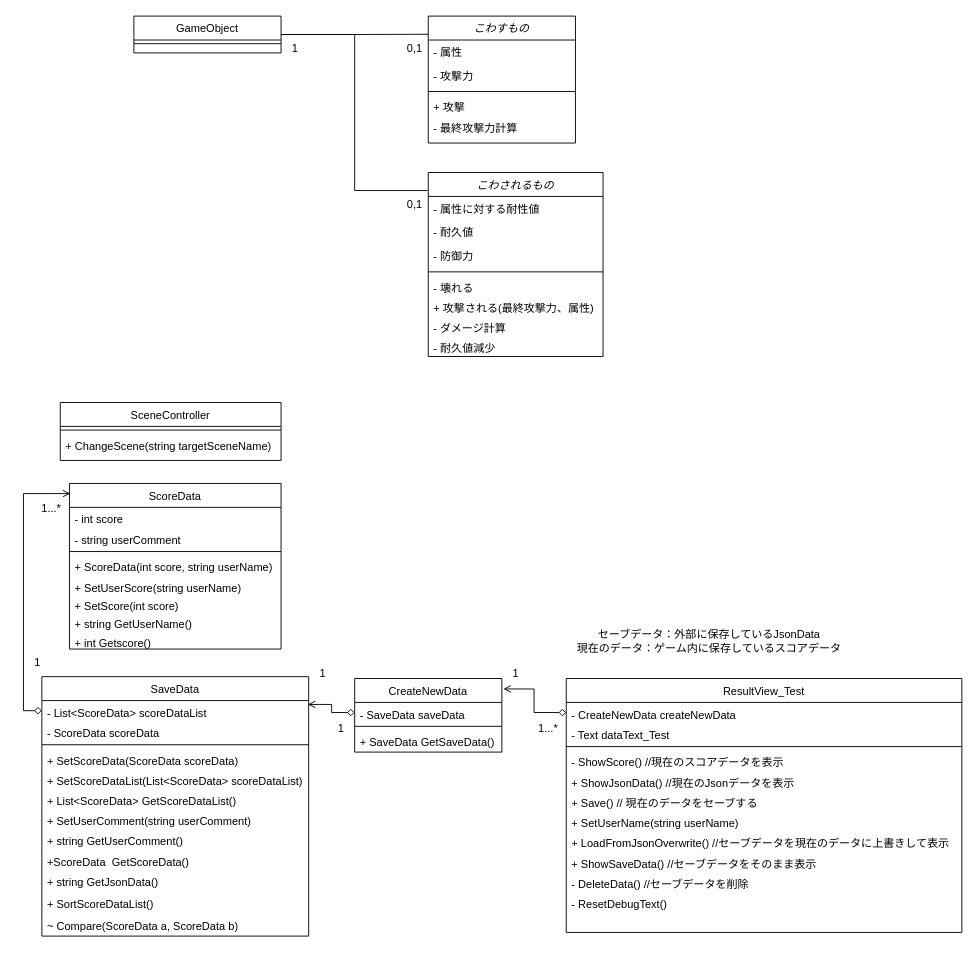
This is page "MainScene" (1 of 3) of ClassDiagram/aramakifes2024.drawio from sobabouro/heyakowashi-game, a draw.io file, before an edit. Source tidied: cells renumbered, new cells numbered last; positions are measured from the earlier drawing's top-left corner, leaving out a move shared by most shapes. Both pictures are drawn from the tidied source at 92%, with x=0, y=0 at pixel (23, 16).
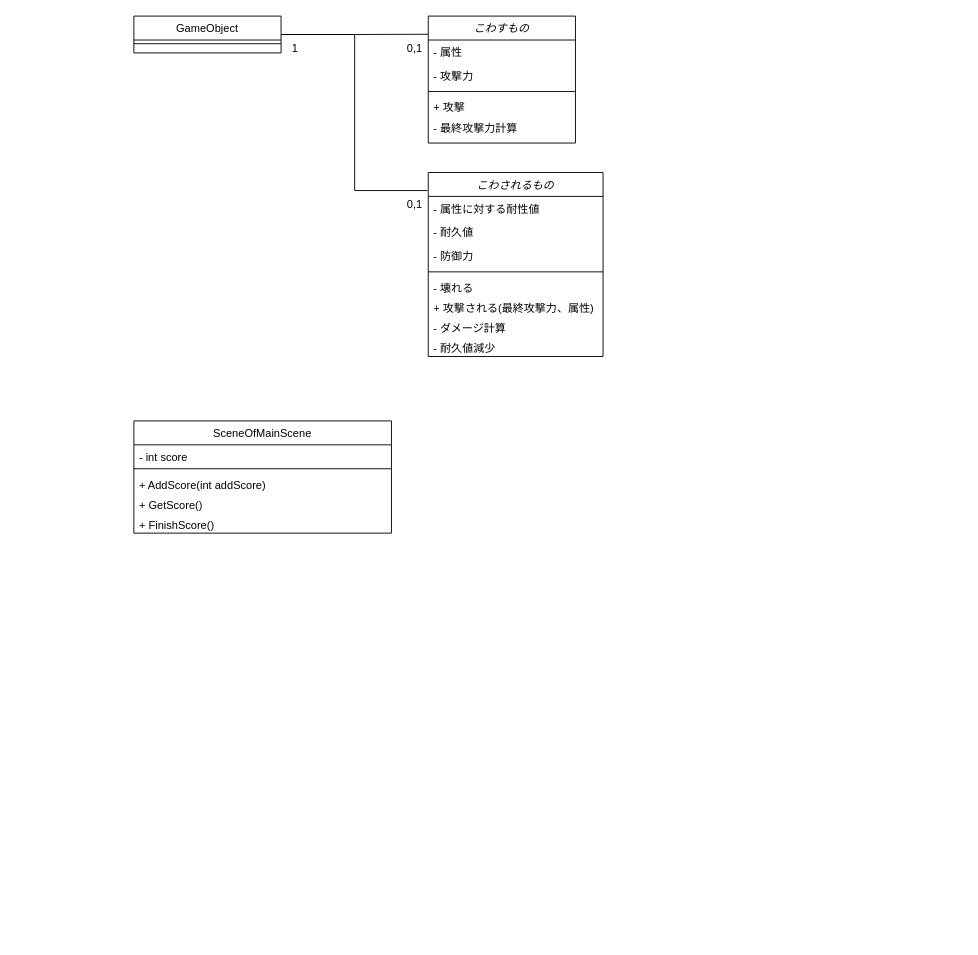
After the change.

Change to the diagram source:
```diff
@@
-    <mxCell id="17" value="SceneController" style="swimlane;fontStyle=0;align=center;verticalAlign=top;horizontal=1;startSize=26;rounded=0;shadow=0;strokeWidth=1;" parent="1" vertex="1">
-      <mxGeometry x="40" y="420" width="240" height="63" as="geometry" />
-    </mxCell>
-    <mxCell id="18" style="line;html=1;strokeWidth=1;align=left;verticalAlign=middle;spacingTop=-1;spacingLeft=3;spacingRight=3;labelPosition=right;" parent="17" vertex="1">
-      <mxGeometry y="26" width="240" height="8" as="geometry" />
-    </mxCell>
-    <mxCell id="19" value="+ ChangeScene(string targetSceneName)" style="text;align=left;verticalAlign=top;spacingLeft=4;spacingRight=4;overflow=hidden;" parent="17" vertex="1">
-      <mxGeometry y="34" width="240" height="22" as="geometry" />
-    </mxCell>
-    <mxCell id="20" value="SaveData" style="swimlane;fontStyle=0;align=center;verticalAlign=top;horizontal=1;startSize=26;rounded=0;shadow=0;strokeWidth=1;" parent="1" vertex="1">
-      <mxGeometry x="20" y="718" width="290" height="282" as="geometry" />
-    </mxCell>
-    <mxCell id="21" value="- List&lt;ScoreData&gt; scoreDataList" style="text;align=left;verticalAlign=top;spacingLeft=4;spacingRight=4;overflow=hidden;points=[[0,0.5],[1,0.5]];portConstraint=eastwest;" parent="20" vertex="1">
-      <mxGeometry y="26" width="290" height="22" as="geometry" />
-    </mxCell>
-    <mxCell id="22" value="- ScoreData scoreData" style="text;align=left;verticalAlign=top;spacingLeft=4;spacingRight=4;overflow=hidden;" parent="20" vertex="1">
-      <mxGeometry y="48" width="290" height="22" as="geometry" />
-    </mxCell>
-    <mxCell id="23" style="line;html=1;strokeWidth=1;align=left;verticalAlign=middle;spacingTop=-1;spacingLeft=3;spacingRight=3;labelPosition=right;" parent="20" vertex="1">
-      <mxGeometry y="70" width="290" height="8" as="geometry" />
-    </mxCell>
-    <mxCell id="24" value="+ SetScoreData(ScoreData scoreData)" style="text;align=left;verticalAlign=top;spacingLeft=4;spacingRight=4;overflow=hidden;" parent="20" vertex="1">
-      <mxGeometry y="78" width="290" height="22" as="geometry" />
-    </mxCell>
-    <mxCell id="25" value="+ SetScoreDataList(List&lt;ScoreData&gt; scoreDataList)" style="text;align=left;verticalAlign=top;spacingLeft=4;spacingRight=4;overflow=hidden;" parent="20" vertex="1">
-      <mxGeometry y="100" width="290" height="22" as="geometry" />
-    </mxCell>
-    <mxCell id="26" value="+ List&lt;ScoreData&gt; GetScoreDataList()" style="text;align=left;verticalAlign=top;spacingLeft=4;spacingRight=4;overflow=hidden;" parent="20" vertex="1">
-      <mxGeometry y="122" width="290" height="22" as="geometry" />
-    </mxCell>
-    <mxCell id="27" value="+ SetUserComment(string userComment)" style="text;align=left;verticalAlign=top;spacingLeft=4;spacingRight=4;overflow=hidden;" parent="20" vertex="1">
-      <mxGeometry y="144" width="290" height="22" as="geometry" />
-    </mxCell>
-    <mxCell id="28" value="+ string GetUserComment()" style="text;align=left;verticalAlign=top;spacingLeft=4;spacingRight=4;overflow=hidden;" parent="20" vertex="1">
-      <mxGeometry y="166" width="290" height="22" as="geometry" />
-    </mxCell>
-    <mxCell id="29" value="+ScoreData  GetScoreData()" style="text;align=left;verticalAlign=top;spacingLeft=4;spacingRight=4;overflow=hidden;" parent="20" vertex="1">
-      <mxGeometry y="188" width="290" height="22" as="geometry" />
-    </mxCell>
-    <mxCell id="30" value="+ string GetJsonData()" style="text;align=left;verticalAlign=top;spacingLeft=4;spacingRight=4;overflow=hidden;" parent="20" vertex="1">
-      <mxGeometry y="210" width="290" height="24" as="geometry" />
-    </mxCell>
-    <mxCell id="31" value="+ SortScoreDataList()" style="text;align=left;verticalAlign=top;spacingLeft=4;spacingRight=4;overflow=hidden;" parent="20" vertex="1">
-      <mxGeometry y="234" width="290" height="24" as="geometry" />
-    </mxCell>
-    <mxCell id="32" value="~ Compare(ScoreData a, ScoreData b)" style="text;align=left;verticalAlign=top;spacingLeft=4;spacingRight=4;overflow=hidden;" parent="20" vertex="1">
-      <mxGeometry y="258" width="290" height="24" as="geometry" />
-    </mxCell>
@@
-    <mxCell id="40" value="CreateNewData" style="swimlane;fontStyle=0;align=center;verticalAlign=top;horizontal=1;startSize=26;rounded=0;shadow=0;strokeWidth=1;" parent="1" vertex="1">
-      <mxGeometry x="360" y="720" width="160" height="80" as="geometry" />
-    </mxCell>
-    <mxCell id="41" value="- SaveData saveData" style="text;align=left;verticalAlign=top;spacingLeft=4;spacingRight=4;overflow=hidden;points=[[0,0.5],[1,0.5]];portConstraint=eastwest;" parent="40" vertex="1">
-      <mxGeometry y="26" width="160" height="22" as="geometry" />
-    </mxCell>
-    <mxCell id="42" style="line;html=1;strokeWidth=1;align=left;verticalAlign=middle;spacingTop=-1;spacingLeft=3;spacingRight=3;labelPosition=right;" parent="40" vertex="1">
-      <mxGeometry y="48" width="160" height="8" as="geometry" />
-    </mxCell>
-    <mxCell id="43" value="+ SaveData GetSaveData()" style="text;align=left;verticalAlign=top;spacingLeft=4;spacingRight=4;overflow=hidden;" parent="40" vertex="1">
-      <mxGeometry y="56" width="160" height="22" as="geometry" />
-    </mxCell>
-    <mxCell id="44" style="edgeStyle=orthogonalEdgeStyle;rounded=0;jettySize=auto;html=1;entryX=0.997;entryY=0.107;entryDx=0;entryDy=0;entryPerimeter=0;endArrow=open;endFill=0;startArrow=diamond;startFill=0;exitX=0;exitY=0.5;exitDx=0;exitDy=0;" parent="1" edge="1" source="41" target="20">
-      <mxGeometry relative="1" as="geometry" />
-    </mxCell>
-    <mxCell id="45" value="ScoreData" style="swimlane;fontStyle=0;align=center;verticalAlign=top;horizontal=1;startSize=26;rounded=0;shadow=0;strokeWidth=1;" parent="1" vertex="1">
-      <mxGeometry x="50" y="508" width="230" height="180" as="geometry" />
-    </mxCell>
+    <mxCell id="75" value="SceneOfMainScene" style="swimlane;fontStyle=0;align=center;verticalAlign=top;horizontal=1;startSize=26;rounded=0;shadow=0;strokeWidth=1;" parent="1" vertex="1">
+      <mxGeometry x="120" y="440" width="280" height="122" as="geometry" />
+    </mxCell>
-    <mxCell id="46" value="- int score" style="text;align=left;verticalAlign=top;spacingLeft=4;spacingRight=4;overflow=hidden;" parent="45" vertex="1">
-      <mxGeometry y="26" width="230" height="22" as="geometry" />
+    <mxCell id="46" value="- int score" style="text;align=left;verticalAlign=top;spacingLeft=4;spacingRight=4;overflow=hidden;" parent="75" vertex="1">
+      <mxGeometry y="26" width="280" height="22" as="geometry" />
     </mxCell>
-    <mxCell id="47" value="- string userComment" style="text;align=left;verticalAlign=top;spacingLeft=4;spacingRight=4;overflow=hidden;" parent="45" vertex="1">
-      <mxGeometry y="48" width="230" height="22" as="geometry" />
-    </mxCell>
-    <mxCell id="48" style="line;html=1;strokeWidth=1;align=left;verticalAlign=middle;spacingTop=-1;spacingLeft=3;spacingRight=3;labelPosition=right;" parent="45" vertex="1">
-      <mxGeometry y="70" width="230" height="8" as="geometry" />
-    </mxCell>
-    <mxCell id="49" value="+ ScoreData(int score, string userName)" style="text;align=left;verticalAlign=top;spacingLeft=4;spacingRight=4;overflow=hidden;" parent="45" vertex="1">
-      <mxGeometry y="78" width="230" height="22" as="geometry" />
-    </mxCell>
-    <mxCell id="50" value="+ SetUserScore(string userName)" style="text;align=left;verticalAlign=top;spacingLeft=4;spacingRight=4;overflow=hidden;" parent="45" vertex="1">
-      <mxGeometry y="100" width="230" height="20" as="geometry" />
-    </mxCell>
-    <mxCell id="51" value="+ SetScore(int score)" style="text;align=left;verticalAlign=top;spacingLeft=4;spacingRight=4;overflow=hidden;" parent="45" vertex="1">
-      <mxGeometry y="120" width="230" height="20" as="geometry" />
-    </mxCell>
-    <mxCell id="52" value="+ string GetUserName()" style="text;align=left;verticalAlign=top;spacingLeft=4;spacingRight=4;overflow=hidden;" parent="45" vertex="1">
-      <mxGeometry y="140" width="230" height="20" as="geometry" />
-    </mxCell>
-    <mxCell id="53" value="+ int Getscore()" style="text;align=left;verticalAlign=top;spacingLeft=4;spacingRight=4;overflow=hidden;" parent="45" vertex="1">
-      <mxGeometry y="160" width="230" height="20" as="geometry" />
-    </mxCell>
-    <mxCell id="54" style="edgeStyle=orthogonalEdgeStyle;rounded=0;jettySize=auto;html=1;exitX=0;exitY=0.5;exitDx=0;exitDy=0;entryX=0.004;entryY=0.061;entryDx=0;entryDy=0;entryPerimeter=0;endArrow=open;endFill=0;startArrow=diamond;startFill=0;" parent="1" edge="1" source="21" target="45">
-      <mxGeometry relative="1" as="geometry" />
-    </mxCell>
-    <mxCell id="55" value="ResultView_Test" style="swimlane;fontStyle=0;align=center;verticalAlign=top;horizontal=1;startSize=26;rounded=0;shadow=0;strokeWidth=1;" parent="1" vertex="1">
-      <mxGeometry x="590" y="720" width="430" height="276" as="geometry" />
-    </mxCell>
-    <mxCell id="56" value="- CreateNewData createNewData" style="text;align=left;verticalAlign=top;spacingLeft=4;spacingRight=4;overflow=hidden;points=[[0,0.5],[1,0.5]];portConstraint=eastwest;" parent="55" vertex="1">
-      <mxGeometry y="26" width="430" height="22" as="geometry" />
-    </mxCell>
-    <mxCell id="57" value="- Text dataText_Test" style="text;align=left;verticalAlign=top;spacingLeft=4;spacingRight=4;overflow=hidden;" parent="55" vertex="1">
-      <mxGeometry y="48" width="430" height="22" as="geometry" />
-    </mxCell>
-    <mxCell id="58" style="line;html=1;strokeWidth=1;align=left;verticalAlign=middle;spacingTop=-1;spacingLeft=3;spacingRight=3;labelPosition=right;" parent="55" vertex="1">
-      <mxGeometry y="70" width="430" height="8" as="geometry" />
-    </mxCell>
-    <mxCell id="59" value="- ShowScore() //現在のスコアデータを表示" style="text;align=left;verticalAlign=top;spacingLeft=4;spacingRight=4;overflow=hidden;" parent="55" vertex="1">
-      <mxGeometry y="78" width="430" height="22" as="geometry" />
-    </mxCell>
-    <mxCell id="60" value="+ ShowJsonData() //現在のJsonデータを表示" style="text;align=left;verticalAlign=top;spacingLeft=4;spacingRight=4;overflow=hidden;" parent="55" vertex="1">
-      <mxGeometry y="100" width="430" height="22" as="geometry" />
-    </mxCell>
-    <mxCell id="61" value="+ Save() // 現在のデータをセーブする" style="text;align=left;verticalAlign=top;spacingLeft=4;spacingRight=4;overflow=hidden;" parent="55" vertex="1">
-      <mxGeometry y="122" width="430" height="22" as="geometry" />
-    </mxCell>
-    <mxCell id="62" value="+ SetUserName(string userName)" style="text;align=left;verticalAlign=top;spacingLeft=4;spacingRight=4;overflow=hidden;" parent="55" vertex="1">
-      <mxGeometry y="144" width="430" height="22" as="geometry" />
-    </mxCell>
-    <mxCell id="63" value="+ LoadFromJsonOverwrite() //セーブデータを現在のデータに上書きして表示" style="text;align=left;verticalAlign=top;spacingLeft=4;spacingRight=4;overflow=hidden;" parent="55" vertex="1">
-      <mxGeometry y="166" width="430" height="22" as="geometry" />
-    </mxCell>
-    <mxCell id="64" value="+ ShowSaveData() //セーブデータをそのまま表示" style="text;align=left;verticalAlign=top;spacingLeft=4;spacingRight=4;overflow=hidden;" parent="55" vertex="1">
-      <mxGeometry y="188" width="430" height="22" as="geometry" />
-    </mxCell>
-    <mxCell id="65" value="- DeleteData() //セーブデータを削除" style="text;align=left;verticalAlign=top;spacingLeft=4;spacingRight=4;overflow=hidden;" parent="55" vertex="1">
-      <mxGeometry y="210" width="430" height="22" as="geometry" />
-    </mxCell>
-    <mxCell id="66" value="- ResetDebugText()" style="text;align=left;verticalAlign=top;spacingLeft=4;spacingRight=4;overflow=hidden;" parent="55" vertex="1">
-      <mxGeometry y="232" width="430" height="22" as="geometry" />
-    </mxCell>
-    <mxCell id="67" style="edgeStyle=orthogonalEdgeStyle;rounded=0;jettySize=auto;html=1;exitX=0;exitY=0.5;exitDx=0;exitDy=0;entryX=1.01;entryY=0.142;entryDx=0;entryDy=0;entryPerimeter=0;endArrow=open;endFill=0;startArrow=diamond;startFill=0;" parent="1" edge="1" source="56" target="40">
-      <mxGeometry relative="1" as="geometry" />
-    </mxCell>
-    <mxCell id="68" value="セーブデータ：外部に保存しているJsonData&lt;div&gt;現在のデータ：ゲーム内に保存しているスコアデータ&lt;/div&gt;" style="text;html=1;align=center;verticalAlign=middle;strokeColor=none;fillColor=none;" parent="1" vertex="1">
-      <mxGeometry x="590" y="660" width="310" height="40" as="geometry" />
-    </mxCell>
-    <mxCell id="69" value="1" style="text;html=1;align=center;verticalAlign=middle;strokeColor=none;fillColor=none;" parent="1" vertex="1">
-      <mxGeometry y="688" width="30" height="30" as="geometry" />
-    </mxCell>
-    <mxCell id="70" value="1...*" style="text;html=1;align=center;verticalAlign=middle;strokeColor=none;fillColor=none;" parent="1" vertex="1">
-      <mxGeometry x="10" y="520" width="40" height="30" as="geometry" />
-    </mxCell>
-    <mxCell id="71" value="1" style="text;html=1;align=center;verticalAlign=middle;strokeColor=none;fillColor=none;" parent="1" vertex="1">
-      <mxGeometry x="330" y="760" width="30" height="30" as="geometry" />
-    </mxCell>
-    <mxCell id="72" value="1" style="text;html=1;align=center;verticalAlign=middle;strokeColor=none;fillColor=none;" parent="1" vertex="1">
-      <mxGeometry x="310" y="700" width="30" height="30" as="geometry" />
-    </mxCell>
-    <mxCell id="73" value="1" style="text;html=1;align=center;verticalAlign=middle;strokeColor=none;fillColor=none;" parent="1" vertex="1">
-      <mxGeometry x="520" y="700" width="30" height="30" as="geometry" />
-    </mxCell>
-    <mxCell id="74" value="1...*" style="text;html=1;align=center;verticalAlign=middle;strokeColor=none;fillColor=none;" parent="1" vertex="1">
-      <mxGeometry x="550" y="760" width="40" height="30" as="geometry" />
-    </mxCell>
+    <mxCell id="76" style="line;html=1;strokeWidth=1;align=left;verticalAlign=middle;spacingTop=-1;spacingLeft=3;spacingRight=3;labelPosition=right;" parent="75" vertex="1">
+      <mxGeometry y="48" width="280" height="8" as="geometry" />
+    </mxCell>
+    <mxCell id="77" value="+ AddScore(int addScore)" style="text;align=left;verticalAlign=top;spacingLeft=4;spacingRight=4;overflow=hidden;" parent="75" vertex="1">
+      <mxGeometry y="56" width="280" height="22" as="geometry" />
+    </mxCell>
+    <mxCell id="78" value="+ GetScore()" style="text;align=left;verticalAlign=top;spacingLeft=4;spacingRight=4;overflow=hidden;" parent="75" vertex="1">
+      <mxGeometry y="78" width="280" height="22" as="geometry" />
+    </mxCell>
+    <mxCell id="79" value="+ FinishScore()" style="text;align=left;verticalAlign=top;spacingLeft=4;spacingRight=4;overflow=hidden;" parent="75" vertex="1">
+      <mxGeometry y="100" width="280" height="22" as="geometry" />
+    </mxCell>
```
